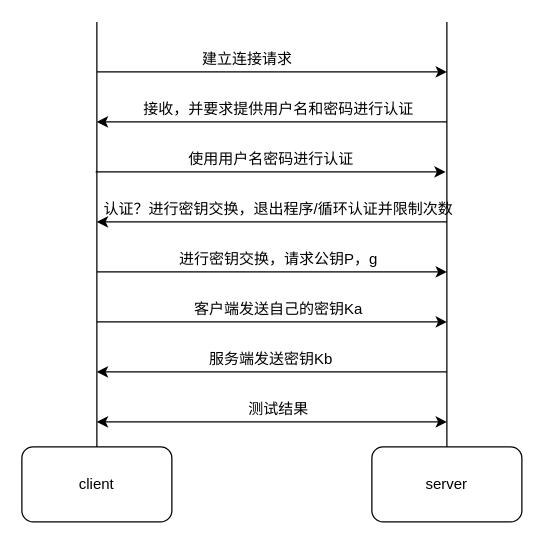
Before: 协议图.drawio in zpxiao-ios/hello-world, a draw.io diagram. Source tidied: cells renumbered, new cells numbered last; positions are measured from the earlier drawing's top-left corner, leaving out a move shared by most shapes. Both pictures are drawn from the tidied source at 125%, with x=0, y=0 at pixel (21, 21).
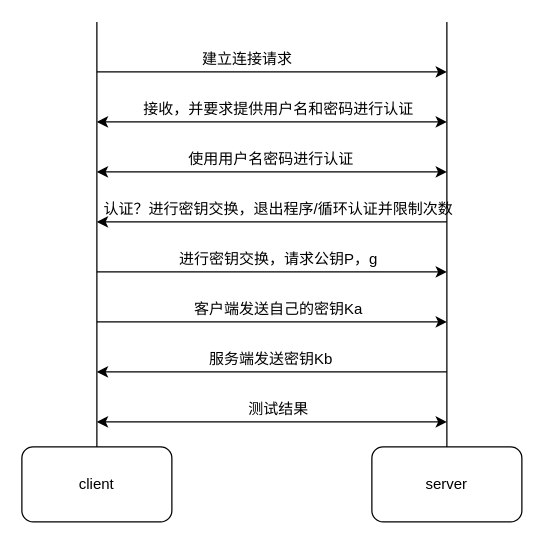
The same page after the edit.

Commit message (it also covers changes not shown here):
更新协议图.drawio

What changed in the source:
```diff
@@
-    <mxCell id="10" style="endArrow=classic;html=1;" parent="1" edge="1">
-      <mxGeometry relative="1" as="geometry">
-        <mxPoint x="59" y="120" as="sourcePoint" />
-        <mxPoint x="339" y="120" as="targetPoint" />
-      </mxGeometry>
-    </mxCell>
-    <mxCell id="11" style="endArrow=classic;html=1;" parent="1" edge="1">
-      <mxGeometry relative="1" as="geometry">
-        <mxPoint x="340" y="80" as="sourcePoint" />
-        <mxPoint x="60" y="80" as="targetPoint" />
-      </mxGeometry>
-    </mxCell>
@@
+    <mxCell id="22" style="endArrow=classic;startArrow=classic;html=1;" parent="1" edge="1">
+      <mxGeometry relative="1" as="geometry">
+        <mxPoint x="60" y="80" as="sourcePoint" />
+        <mxPoint x="340" y="80" as="targetPoint" />
+      </mxGeometry>
+    </mxCell>
+    <mxCell id="23" style="endArrow=classic;startArrow=classic;html=1;" parent="1" edge="1">
+      <mxGeometry relative="1" as="geometry">
+        <mxPoint x="60" y="120" as="sourcePoint" />
+        <mxPoint x="340" y="120" as="targetPoint" />
+      </mxGeometry>
+    </mxCell>
```
